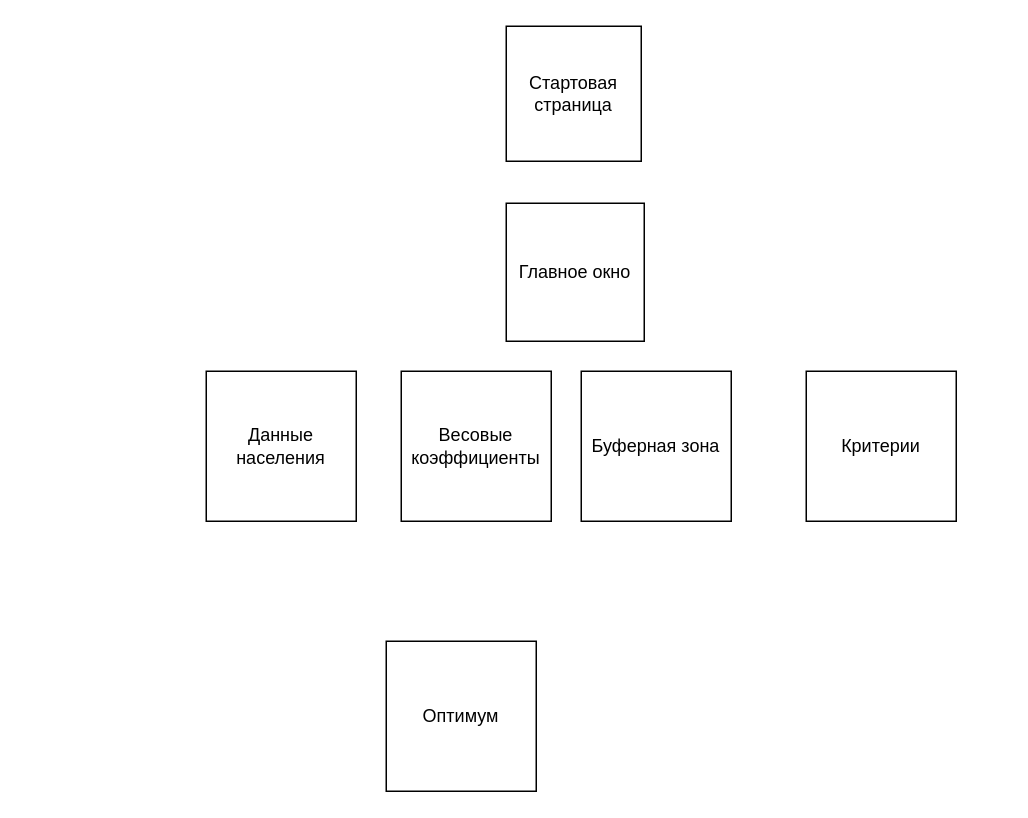
This is Untitled Diagram.drawio from IsaevAlexGit/Test, a draw.io file, before an edit. Source tidied: cells renumbered, new cells numbered last; positions are measured from the earlier drawing's top-left corner, leaving out a move shared by most shapes. Both pictures are drawn from the tidied source at 150%, with x=0, y=0 at pixel (206, 26).
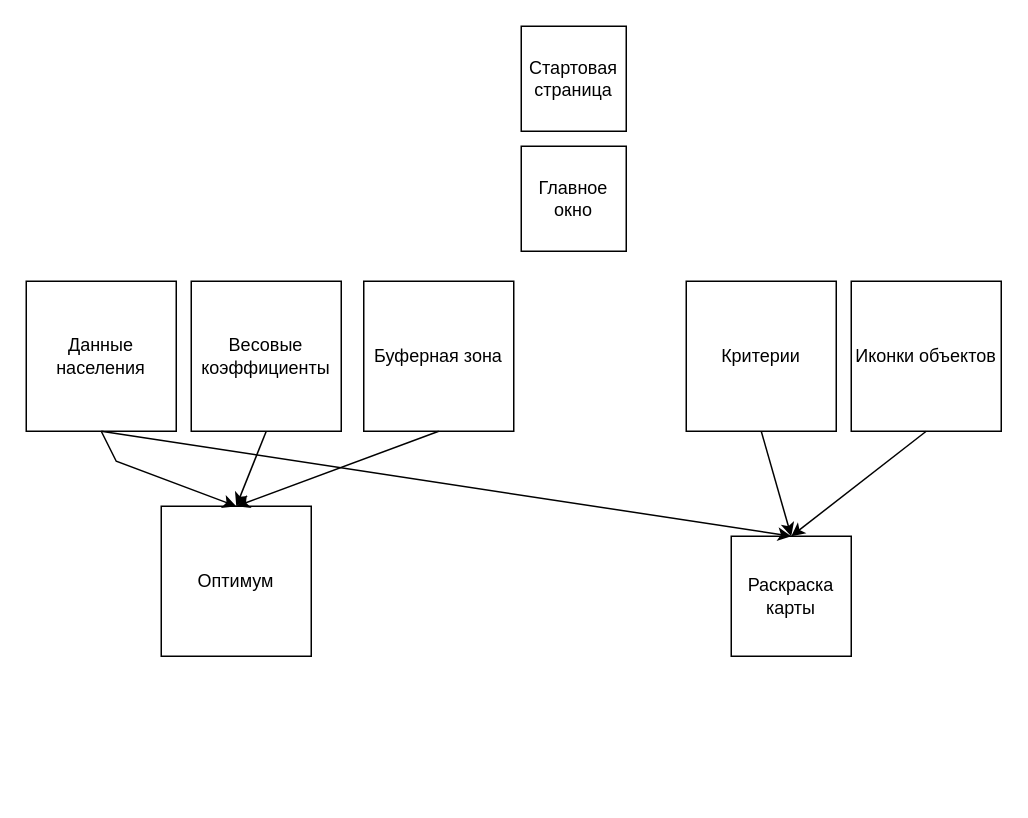
The same diagram, later.

Change to the diagram source:
```diff
@@
 <mxGraphModel>
   <root>
     <mxCell id="0" />
     <mxCell id="1" parent="0" />
     <mxCell id="2" value="Стартовая страница" style="whiteSpace=wrap;html=1;" parent="1" vertex="1">
-      <mxGeometry x="200" width="90" height="90" as="geometry" />
+      <mxGeometry x="210" width="70" height="70" as="geometry" />
     </mxCell>
     <mxCell id="3" value="Главное окно" style="whiteSpace=wrap;html=1;" parent="1" vertex="1">
-      <mxGeometry x="200" y="118" width="92" height="92" as="geometry" />
+      <mxGeometry x="210" y="80" width="70" height="70" as="geometry" />
     </mxCell>
     <mxCell id="4" value="Данные населения" style="whiteSpace=wrap;html=1;" parent="1" vertex="1">
-      <mxGeometry y="230" width="100" height="100" as="geometry" />
+      <mxGeometry x="-120" y="170" width="100" height="100" as="geometry" />
     </mxCell>
     <mxCell id="5" value="Критерии" style="whiteSpace=wrap;html=1;" parent="1" vertex="1">
-      <mxGeometry x="400" y="230" width="100" height="100" as="geometry" />
+      <mxGeometry x="320" y="170" width="100" height="100" as="geometry" />
     </mxCell>
     <mxCell id="6" value="Весовые коэффициенты" style="whiteSpace=wrap;html=1;" parent="1" vertex="1">
-      <mxGeometry x="130" y="230" width="100" height="100" as="geometry" />
+      <mxGeometry x="-10" y="170" width="100" height="100" as="geometry" />
     </mxCell>
     <mxCell id="7" value="Буферная зона" style="whiteSpace=wrap;html=1;" parent="1" vertex="1">
-      <mxGeometry x="250" y="230" width="100" height="100" as="geometry" />
+      <mxGeometry x="105" y="170" width="100" height="100" as="geometry" />
     </mxCell>
     <mxCell id="8" value="Оптимум" style="whiteSpace=wrap;html=1;" parent="1" vertex="1">
-      <mxGeometry x="120" y="410" width="100" height="100" as="geometry" />
+      <mxGeometry x="-30" y="320" width="100" height="100" as="geometry" />
     </mxCell>
+    <mxCell id="9" value="Раскраска карты" style="whiteSpace=wrap;html=1;" parent="1" vertex="1">
+      <mxGeometry x="350" y="340" width="80" height="80" as="geometry" />
+    </mxCell>
+    <mxCell id="10" value="Иконки объектов" style="whiteSpace=wrap;html=1;" parent="1" vertex="1">
+      <mxGeometry x="430" y="170" width="100" height="100" as="geometry" />
+    </mxCell>
+    <mxCell id="11" style="endArrow=classic;html=1;rounded=0;entryX=0.5;entryY=0;entryDx=0;entryDy=0;exitX=0.5;exitY=1;exitDx=0;exitDy=0;" parent="1" edge="1" source="4" target="8">
+      <mxGeometry relative="1" as="geometry">
+        <Array as="points">
+          <mxPoint x="-60" y="290" />
+        </Array>
+      </mxGeometry>
+    </mxCell>
+    <mxCell id="12" style="endArrow=classic;html=1;rounded=0;exitX=0.5;exitY=1;exitDx=0;exitDy=0;" parent="1" edge="1" source="6">
+      <mxGeometry relative="1" as="geometry">
+        <mxPoint x="20" y="320" as="targetPoint" />
+      </mxGeometry>
+    </mxCell>
+    <mxCell id="13" style="endArrow=classic;html=1;rounded=0;exitX=0.5;exitY=1;exitDx=0;exitDy=0;entryX=0.5;entryY=0;entryDx=0;entryDy=0;" parent="1" edge="1" source="7" target="8">
+      <mxGeometry relative="1" as="geometry" />
+    </mxCell>
+    <mxCell id="14" style="endArrow=classic;html=1;rounded=0;entryX=0.5;entryY=0;entryDx=0;entryDy=0;exitX=0.5;exitY=1;exitDx=0;exitDy=0;" parent="1" edge="1" source="5" target="9">
+      <mxGeometry relative="1" as="geometry" />
+    </mxCell>
+    <mxCell id="15" style="endArrow=classic;html=1;rounded=0;exitX=0.5;exitY=1;exitDx=0;exitDy=0;" parent="1" edge="1" source="10">
+      <mxGeometry relative="1" as="geometry">
+        <mxPoint x="390" y="340" as="targetPoint" />
+      </mxGeometry>
+    </mxCell>
+    <mxCell id="16" style="endArrow=classic;html=1;rounded=0;exitX=0.5;exitY=1;exitDx=0;exitDy=0;entryX=0.5;entryY=0;entryDx=0;entryDy=0;" parent="1" edge="1" source="4" target="9">
+      <mxGeometry relative="1" as="geometry" />
+    </mxCell>
   </root>
 </mxGraphModel>
```
